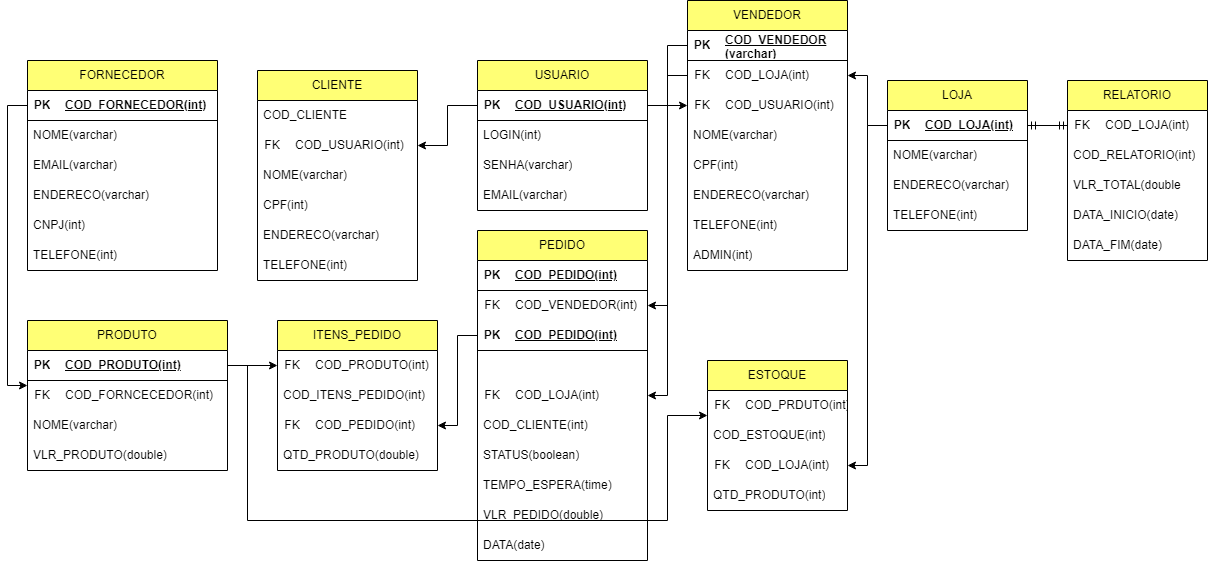
Before: ProjetoLógicoZéDelivery/zedelivery.drawio.png, a diagram exported from draw.io (NicolasKevin2/BD). Source tidied: cells renumbered, new cells last; positions are measured from the earlier drawing's top-left corner, leaving out a move shared by most shapes.
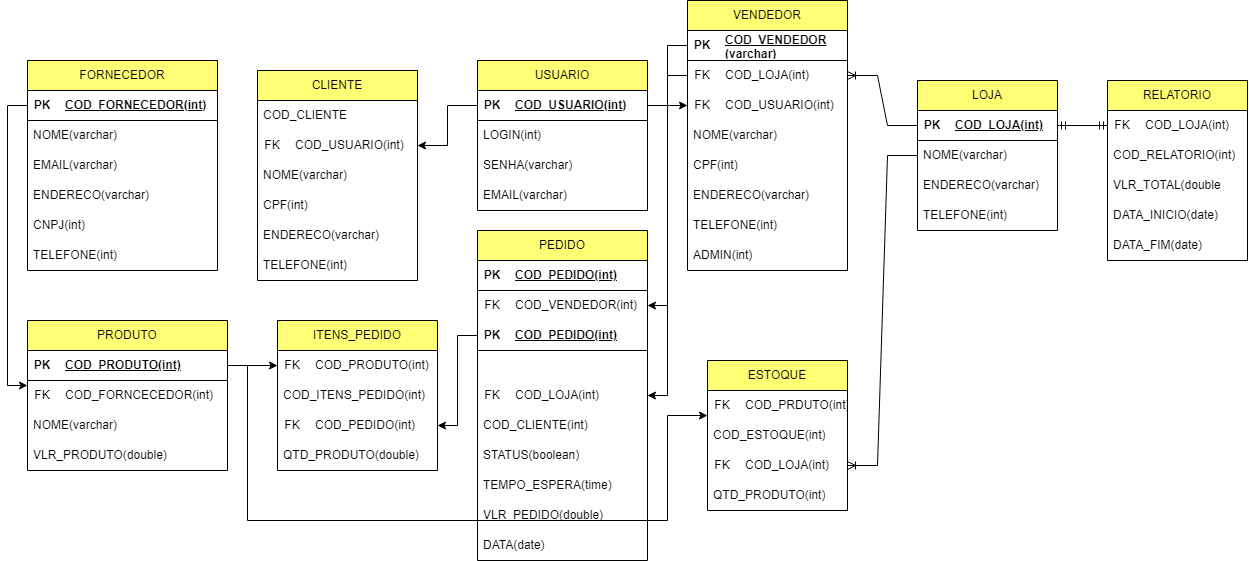
The same diagram one commit later.

What changed in the source:
```diff
@@ -108,7 +108,7 @@
       <mxGeometry y="240" width="160" height="30" as="geometry" />
     </mxCell>
     <mxCell id="37" value="LOJA" style="swimlane;fontStyle=0;horizontal=1;startSize=30;whiteSpace=wrap;html=1;fillColor=#FFFF75;" parent="1" vertex="1">
-      <mxGeometry x="880" y="80" width="140" height="150" as="geometry" />
+      <mxGeometry x="910" y="80" width="140" height="150" as="geometry" />
     </mxCell>
     <mxCell id="38" style="shape=table;startSize=0;rowLines=0;fontStyle=0;align=center;strokeColor=none;fillColor=none;" parent="37" vertex="1">
       <mxGeometry y="30" width="140" height="30" as="geometry" />
@@ -324,7 +324,7 @@
       <mxGeometry y="120" width="140" height="30" as="geometry" />
     </mxCell>
     <mxCell id="109" value="RELATORIO" style="swimlane;fontStyle=0;horizontal=1;startSize=30;whiteSpace=wrap;html=1;fillColor=#FFFF75;" parent="1" vertex="1">
-      <mxGeometry x="1060" y="80" width="140" height="180" as="geometry" />
+      <mxGeometry x="1100" y="80" width="140" height="180" as="geometry" />
     </mxCell>
     <mxCell id="110" style="shape=table;startSize=0;rowLines=0;fontStyle=0;align=center;strokeColor=none;fillColor=none;" parent="109" vertex="1">
       <mxGeometry y="30" width="140" height="30" as="geometry" />
@@ -353,12 +353,6 @@
     <mxCell id="118" style="edgeStyle=orthogonalEdgeStyle;rounded=0;jettySize=auto;html=1;" parent="1" edge="1" source="21" target="51">
       <mxGeometry relative="1" as="geometry" />
     </mxCell>
-    <mxCell id="119" style="edgeStyle=orthogonalEdgeStyle;rounded=0;jettySize=auto;html=1;" parent="1" edge="1" source="39" target="25">
-      <mxGeometry relative="1" as="geometry" />
-    </mxCell>
-    <mxCell id="120" style="edgeStyle=orthogonalEdgeStyle;rounded=0;jettySize=auto;html=1;" parent="1" edge="1" source="39" target="105">
-      <mxGeometry relative="1" as="geometry" />
-    </mxCell>
     <mxCell id="121" style="edgeStyle=orthogonalEdgeStyle;rounded=0;jettySize=auto;html=1;" parent="1" edge="1" source="4" target="29">
       <mxGeometry relative="1" as="geometry" />
     </mxCell>
@@ -395,5 +389,11 @@
     <mxCell id="128" style="edgeStyle=entityRelationEdgeStyle;fontSize=12;html=1;endArrow=ERmandOne;startArrow=ERmandOne;rounded=0;" parent="1" edge="1" source="39" target="111">
       <mxGeometry relative="1" as="geometry" />
     </mxCell>
+    <mxCell id="119" style="edgeStyle=entityRelationEdgeStyle;fontSize=12;html=1;endArrow=ERoneToMany;rounded=0;" parent="1" edge="1" source="39" target="25">
+      <mxGeometry relative="1" as="geometry" />
+    </mxCell>
+    <mxCell id="129" style="edgeStyle=entityRelationEdgeStyle;fontSize=12;html=1;endArrow=ERoneToMany;rounded=0;" parent="1" edge="1" source="37" target="105">
+      <mxGeometry relative="1" as="geometry" />
+    </mxCell>
   </root>
 </mxGraphModel>
```
